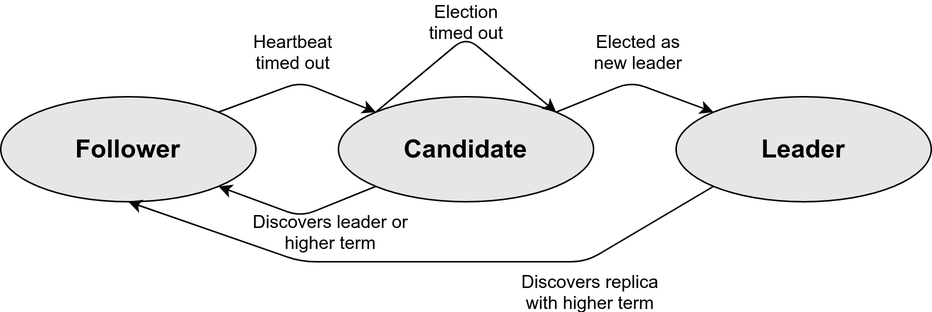
Boffmann/masterThesis keeps this draw.io diagram as images/RaftServerStates.png. Above is the earlier version. Source tidied: cells renumbered, new cells last; positions are measured from the earlier drawing's top-left corner, leaving out a move shared by most shapes. Source of this version:
```xml
<mxGraphModel>
  <root>
    <mxCell id="0" />
    <mxCell id="1" parent="0" />
    <mxCell id="2" value="&lt;span style=&quot;font-size: 17px&quot;&gt;&lt;b&gt;Follower&lt;/b&gt;&lt;/span&gt;" style="ellipse;whiteSpace=wrap;html=1;gradientColor=none;fillColor=#E6E6E6;" parent="1" vertex="1">
      <mxGeometry y="60" width="170" height="70" as="geometry" />
    </mxCell>
    <mxCell id="3" value="&lt;span style=&quot;font-size: 17px&quot;&gt;&lt;b&gt;Candidate&lt;/b&gt;&lt;/span&gt;" style="ellipse;whiteSpace=wrap;html=1;gradientColor=none;fillColor=#E6E6E6;" parent="1" vertex="1">
      <mxGeometry x="225" y="60" width="170" height="70" as="geometry" />
    </mxCell>
    <mxCell id="4" value="&lt;span style=&quot;font-size: 17px&quot;&gt;&lt;b&gt;Leader&lt;/b&gt;&lt;/span&gt;" style="ellipse;whiteSpace=wrap;html=1;gradientColor=none;fillColor=#E6E6E6;" parent="1" vertex="1">
      <mxGeometry x="450" y="60" width="170" height="70" as="geometry" />
    </mxCell>
    <mxCell id="5" style="endArrow=classic;html=1;exitX=1;exitY=0;exitDx=0;exitDy=0;entryX=0;entryY=0;entryDx=0;entryDy=0;" parent="1" edge="1" source="2" target="3">
      <mxGeometry relative="1" as="geometry">
        <Array as="points">
          <mxPoint x="200" y="50" />
        </Array>
      </mxGeometry>
    </mxCell>
    <mxCell id="6" style="endArrow=classic;html=1;exitX=0;exitY=1;exitDx=0;exitDy=0;entryX=1;entryY=1;entryDx=0;entryDy=0;" parent="1" edge="1" source="3" target="2">
      <mxGeometry relative="1" as="geometry">
        <Array as="points">
          <mxPoint x="200" y="140" />
        </Array>
      </mxGeometry>
    </mxCell>
    <mxCell id="7" style="endArrow=classic;html=1;exitX=0;exitY=0;exitDx=0;exitDy=0;entryX=1;entryY=0;entryDx=0;entryDy=0;" parent="1" edge="1" source="3" target="3">
      <mxGeometry relative="1" as="geometry">
        <Array as="points">
          <mxPoint x="310" y="20" />
        </Array>
      </mxGeometry>
    </mxCell>
    <mxCell id="8" style="endArrow=classic;html=1;exitX=1;exitY=0;exitDx=0;exitDy=0;entryX=0;entryY=0;entryDx=0;entryDy=0;" parent="1" edge="1" source="3" target="4">
      <mxGeometry relative="1" as="geometry">
        <Array as="points">
          <mxPoint x="420" y="50" />
        </Array>
      </mxGeometry>
    </mxCell>
    <mxCell id="9" style="endArrow=classic;html=1;exitX=0;exitY=1;exitDx=0;exitDy=0;entryX=0.5;entryY=1;entryDx=0;entryDy=0;" parent="1" edge="1" source="4" target="2">
      <mxGeometry relative="1" as="geometry">
        <Array as="points">
          <mxPoint x="390" y="170" />
          <mxPoint x="200" y="170" />
        </Array>
      </mxGeometry>
    </mxCell>
    <mxCell id="10" value="Heartbeat timed out" style="text;html=1;strokeColor=none;fillColor=none;align=center;verticalAlign=middle;whiteSpace=wrap;rounded=0;" parent="1" vertex="1">
      <mxGeometry x="170" y="20" width="50" height="20" as="geometry" />
    </mxCell>
    <mxCell id="11" value="Election timed out" style="text;html=1;strokeColor=none;fillColor=none;align=center;verticalAlign=middle;whiteSpace=wrap;rounded=0;" parent="1" vertex="1">
      <mxGeometry x="282.5" width="55" height="20" as="geometry" />
    </mxCell>
    <mxCell id="12" value="Elected as new leader" style="text;html=1;strokeColor=none;fillColor=none;align=center;verticalAlign=middle;whiteSpace=wrap;rounded=0;" parent="1" vertex="1">
      <mxGeometry x="390" y="20" width="70" height="20" as="geometry" />
    </mxCell>
    <mxCell id="13" value="Discovers replica with higher term" style="text;html=1;strokeColor=none;fillColor=none;align=center;verticalAlign=middle;whiteSpace=wrap;rounded=0;" parent="1" vertex="1">
      <mxGeometry x="337.5" y="180" width="110" height="20" as="geometry" />
    </mxCell>
    <mxCell id="14" value="Discovers leader or higher term" style="text;html=1;strokeColor=none;fillColor=none;align=center;verticalAlign=middle;whiteSpace=wrap;rounded=0;" parent="1" vertex="1">
      <mxGeometry x="165" y="140" width="110" height="20" as="geometry" />
    </mxCell>
  </root>
</mxGraphModel>
```
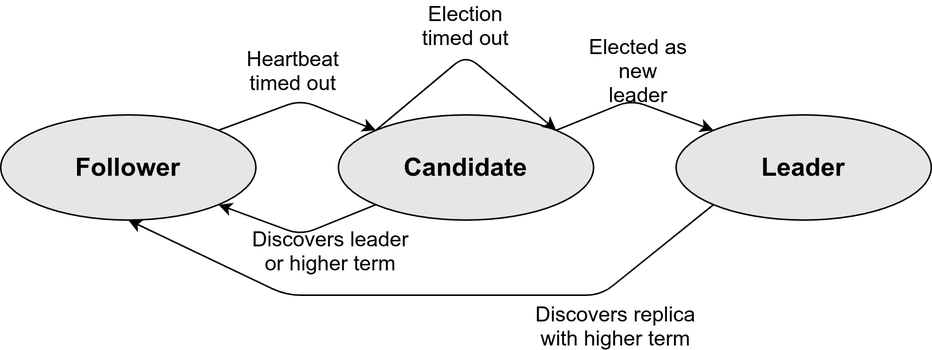
After the change.

Diff of the diagram source:
```diff
@@ -42,24 +42,24 @@
     <mxCell id="9" style="endArrow=classic;html=1;exitX=0;exitY=1;exitDx=0;exitDy=0;entryX=0.5;entryY=1;entryDx=0;entryDy=0;" parent="1" edge="1" source="4" target="2">
       <mxGeometry relative="1" as="geometry">
         <Array as="points">
-          <mxPoint x="390" y="170" />
-          <mxPoint x="200" y="170" />
+          <mxPoint x="400" y="180" />
+          <mxPoint x="190" y="180" />
         </Array>
       </mxGeometry>
     </mxCell>
-    <mxCell id="10" value="Heartbeat timed out" style="text;html=1;strokeColor=none;fillColor=none;align=center;verticalAlign=middle;whiteSpace=wrap;rounded=0;" parent="1" vertex="1">
+    <mxCell id="10" value="&lt;font style=&quot;font-size: 14px&quot;&gt;Heartbeat timed out&lt;/font&gt;" style="text;html=1;strokeColor=none;fillColor=none;align=center;verticalAlign=middle;whiteSpace=wrap;rounded=0;" parent="1" vertex="1">
       <mxGeometry x="170" y="20" width="50" height="20" as="geometry" />
     </mxCell>
-    <mxCell id="11" value="Election timed out" style="text;html=1;strokeColor=none;fillColor=none;align=center;verticalAlign=middle;whiteSpace=wrap;rounded=0;" parent="1" vertex="1">
-      <mxGeometry x="282.5" width="55" height="20" as="geometry" />
+    <mxCell id="11" value="&lt;font style=&quot;font-size: 14px&quot;&gt;Election timed out&lt;/font&gt;" style="text;html=1;strokeColor=none;fillColor=none;align=center;verticalAlign=middle;whiteSpace=wrap;rounded=0;" parent="1" vertex="1">
+      <mxGeometry x="276.2" y="-10" width="67.5" height="20" as="geometry" />
     </mxCell>
-    <mxCell id="12" value="Elected as new leader" style="text;html=1;strokeColor=none;fillColor=none;align=center;verticalAlign=middle;whiteSpace=wrap;rounded=0;" parent="1" vertex="1">
+    <mxCell id="12" value="&lt;font style=&quot;font-size: 14px&quot;&gt;Elected as new leader&lt;/font&gt;" style="text;html=1;strokeColor=none;fillColor=none;align=center;verticalAlign=middle;whiteSpace=wrap;rounded=0;" parent="1" vertex="1">
       <mxGeometry x="390" y="20" width="70" height="20" as="geometry" />
     </mxCell>
-    <mxCell id="13" value="Discovers replica with higher term" style="text;html=1;strokeColor=none;fillColor=none;align=center;verticalAlign=middle;whiteSpace=wrap;rounded=0;" parent="1" vertex="1">
-      <mxGeometry x="337.5" y="180" width="110" height="20" as="geometry" />
+    <mxCell id="13" value="&lt;font style=&quot;font-size: 14px&quot;&gt;Discovers replica with higher term&lt;/font&gt;" style="text;html=1;strokeColor=none;fillColor=none;align=center;verticalAlign=middle;whiteSpace=wrap;rounded=0;" parent="1" vertex="1">
+      <mxGeometry x="355" y="190" width="110" height="20" as="geometry" />
     </mxCell>
-    <mxCell id="14" value="Discovers leader or higher term" style="text;html=1;strokeColor=none;fillColor=none;align=center;verticalAlign=middle;whiteSpace=wrap;rounded=0;" parent="1" vertex="1">
+    <mxCell id="14" value="&lt;font style=&quot;font-size: 14px&quot;&gt;Discovers leader or higher term&lt;/font&gt;" style="text;html=1;strokeColor=none;fillColor=none;align=center;verticalAlign=middle;whiteSpace=wrap;rounded=0;" parent="1" vertex="1">
       <mxGeometry x="165" y="140" width="110" height="20" as="geometry" />
     </mxCell>
   </root>
```
